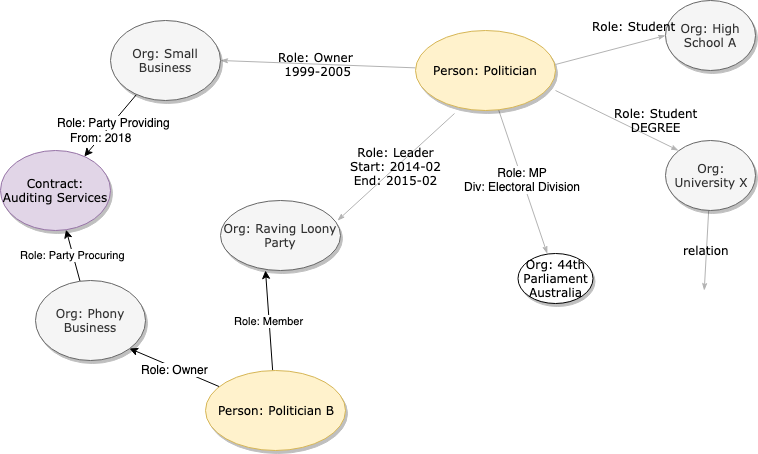
Before: docs/PollyNetwork.png, a diagram exported from draw.io (game-of-mates/game-of-mates). Source tidied: cells renumbered, new cells last; positions are measured from the earlier drawing's top-left corner, leaving out a move shared by most shapes.
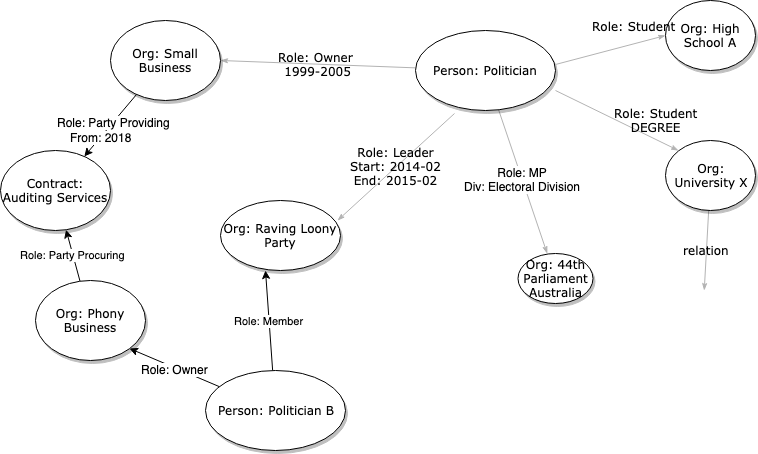
Above is the later version.

Commit message:
Updated build instructions so Swagger 3.0 + Lombok now works

Diff of the diagram source:
```diff
@@ -14,7 +14,7 @@
     <mxCell id="5" value="Role: Owner&amp;nbsp;&lt;br&gt;1999-2005&lt;br&gt;" style="edgeStyle=none;rounded=1;html=1;labelBackgroundColor=none;startArrow=none;startFill=0;startSize=5;endArrow=classicThin;endFill=1;endSize=5;jettySize=auto;strokeColor=#B3B3B3;strokeWidth=1;fontFamily=Verdana;fontSize=12;fontColor=#000000;entryX=1;entryY=0.5;entryDx=0;entryDy=0;" parent="1" edge="1" source="6" target="14">
       <mxGeometry relative="1" as="geometry" />
     </mxCell>
-    <mxCell id="6" value="Person: Politician&lt;br&gt;" style="ellipse;whiteSpace=wrap;html=1;rounded=0;shadow=1;comic=0;labelBackgroundColor=none;strokeColor=#d6b656;strokeWidth=1;fillColor=#fff2cc;fontFamily=Verdana;fontSize=12;align=center;" parent="1" vertex="1">
+    <mxCell id="6" value="Person: Politician&lt;br&gt;" style="ellipse;whiteSpace=wrap;html=1;rounded=0;shadow=1;comic=0;labelBackgroundColor=none;strokeColor=#000000;strokeWidth=1;fillColor=#FFFFFF;fontFamily=Verdana;fontSize=12;fontColor=#000000;align=center;" parent="1" vertex="1">
       <mxGeometry x="415" y="30" width="140" height="80" as="geometry" />
     </mxCell>
     <mxCell id="7" value="&lt;span&gt;Org: 44th Parliament&lt;br&gt;Australia&lt;br&gt;&lt;/span&gt;" style="ellipse;whiteSpace=wrap;html=1;rounded=0;shadow=1;comic=0;labelBackgroundColor=none;strokeColor=#000000;strokeWidth=1;fillColor=#FFFFFF;fontFamily=Verdana;fontSize=12;fontColor=#000000;align=center;" parent="1" vertex="1">
@@ -25,10 +25,10 @@
         <mxPoint x="703.7" y="290" as="targetPoint" />
       </mxGeometry>
     </mxCell>
-    <mxCell id="9" value="&lt;span&gt;Org:&lt;br&gt;University X&lt;br&gt;&lt;/span&gt;" style="ellipse;whiteSpace=wrap;html=1;rounded=0;shadow=1;comic=0;labelBackgroundColor=none;strokeColor=#666666;strokeWidth=1;fillColor=#f5f5f5;fontFamily=Verdana;fontSize=12;fontColor=#333333;align=center;" parent="1" vertex="1">
+    <mxCell id="9" value="&lt;span&gt;Org:&lt;br&gt;University X&lt;br&gt;&lt;/span&gt;" style="ellipse;whiteSpace=wrap;html=1;rounded=0;shadow=1;comic=0;labelBackgroundColor=none;strokeColor=#000000;strokeWidth=1;fillColor=#FFFFFF;fontFamily=Verdana;fontSize=12;fontColor=#000000;align=center;" parent="1" vertex="1">
       <mxGeometry x="665" y="140" width="90" height="70" as="geometry" />
     </mxCell>
-    <mxCell id="10" value="Org: Raving Loony Party" style="ellipse;whiteSpace=wrap;html=1;rounded=0;shadow=1;comic=0;labelBackgroundColor=none;strokeColor=#666666;strokeWidth=1;fillColor=#f5f5f5;fontFamily=Verdana;fontSize=12;fontColor=#333333;align=center;" parent="1" vertex="1">
+    <mxCell id="10" value="Org: Raving Loony Party" style="ellipse;whiteSpace=wrap;html=1;rounded=0;shadow=1;comic=0;labelBackgroundColor=none;strokeColor=#000000;strokeWidth=1;fillColor=#FFFFFF;fontFamily=Verdana;fontSize=12;fontColor=#000000;align=center;" parent="1" vertex="1">
       <mxGeometry x="220" y="200" width="120" height="70" as="geometry" />
     </mxCell>
     <mxCell id="11" style="edgeStyle=none;rounded=0;jettySize=auto;html=1;" parent="1" edge="1" source="14" target="18">
@@ -42,25 +42,25 @@
         <mxPoint x="-1" as="offset" />
       </mxGeometry>
     </mxCell>
-    <mxCell id="14" value="Org: Small Business&lt;br&gt;" style="ellipse;whiteSpace=wrap;html=1;rounded=0;shadow=1;comic=0;labelBackgroundColor=none;strokeColor=#666666;strokeWidth=1;fillColor=#f5f5f5;fontFamily=Verdana;fontSize=12;fontColor=#333333;align=center;" parent="1" vertex="1">
+    <mxCell id="14" value="Org: Small Business&lt;br&gt;" style="ellipse;whiteSpace=wrap;html=1;rounded=0;shadow=1;comic=0;labelBackgroundColor=none;strokeColor=#000000;strokeWidth=1;fillColor=#FFFFFF;fontFamily=Verdana;fontSize=12;fontColor=#000000;align=center;" parent="1" vertex="1">
       <mxGeometry x="110" y="20" width="110" height="80" as="geometry" />
     </mxCell>
     <mxCell id="15" value="Role: Student&lt;br&gt;DEGREE&lt;br&gt;" style="edgeStyle=none;rounded=1;html=1;labelBackgroundColor=none;startArrow=none;startFill=0;startSize=5;endArrow=classicThin;endFill=1;endSize=5;jettySize=auto;strokeColor=#B3B3B3;strokeWidth=1;fontFamily=Verdana;fontSize=12;fontColor=#000000;exitX=1;exitY=0.75;exitDx=0;exitDy=0;exitPerimeter=0;entryX=0;entryY=0;entryDx=0;entryDy=0;" parent="1" edge="1" source="6" target="9">
       <mxGeometry x="0.51" y="17" relative="1" as="geometry" />
     </mxCell>
-    <mxCell id="16" value="&lt;span&gt;Org: High School A&lt;/span&gt;" style="ellipse;whiteSpace=wrap;html=1;rounded=0;shadow=1;comic=0;labelBackgroundColor=none;strokeColor=#666666;strokeWidth=1;fillColor=#f5f5f5;fontFamily=Verdana;fontSize=12;fontColor=#333333;align=center;" parent="1" vertex="1">
+    <mxCell id="16" value="&lt;span&gt;Org: High School A&lt;/span&gt;" style="ellipse;whiteSpace=wrap;html=1;rounded=0;shadow=1;comic=0;labelBackgroundColor=none;strokeColor=#000000;strokeWidth=1;fillColor=#FFFFFF;fontFamily=Verdana;fontSize=12;fontColor=#000000;align=center;" parent="1" vertex="1">
       <mxGeometry x="665" width="90" height="70" as="geometry" />
     </mxCell>
     <mxCell id="17" value="Role: Student" style="edgeStyle=none;rounded=1;html=1;labelBackgroundColor=none;startArrow=none;startFill=0;startSize=5;endArrow=classicThin;endFill=1;endSize=5;jettySize=auto;strokeColor=#B3B3B3;strokeWidth=1;fontFamily=Verdana;fontSize=12;fontColor=#000000;exitX=1;exitY=0.425;exitDx=0;exitDy=0;exitPerimeter=0;entryX=0;entryY=0.5;entryDx=0;entryDy=0;" parent="1" edge="1" source="6" target="16">
       <mxGeometry x="0.51" y="17" relative="1" as="geometry" />
     </mxCell>
-    <mxCell id="18" value="Contract: Auditing Services&lt;br&gt;" style="ellipse;whiteSpace=wrap;html=1;rounded=0;shadow=1;comic=0;labelBackgroundColor=none;strokeColor=#9673a6;strokeWidth=1;fillColor=#e1d5e7;fontFamily=Verdana;fontSize=12;align=center;" parent="1" vertex="1">
+    <mxCell id="18" value="Contract: Auditing Services&lt;br&gt;" style="ellipse;whiteSpace=wrap;html=1;rounded=0;shadow=1;comic=0;labelBackgroundColor=none;strokeColor=#000000;strokeWidth=1;fillColor=#FFFFFF;fontFamily=Verdana;fontSize=12;fontColor=#000000;align=center;" parent="1" vertex="1">
       <mxGeometry y="150" width="110" height="80" as="geometry" />
     </mxCell>
     <mxCell id="19" value="Role: Party Procuring" style="edgeStyle=none;rounded=0;jettySize=auto;html=1;" parent="1" edge="1" source="20" target="18">
       <mxGeometry relative="1" as="geometry" />
     </mxCell>
-    <mxCell id="20" value="Org: Phony Business&lt;br&gt;" style="ellipse;whiteSpace=wrap;html=1;rounded=0;shadow=1;comic=0;labelBackgroundColor=none;strokeColor=#666666;strokeWidth=1;fillColor=#f5f5f5;fontFamily=Verdana;fontSize=12;fontColor=#333333;align=center;" parent="1" vertex="1">
+    <mxCell id="20" value="Org: Phony Business&lt;br&gt;" style="ellipse;whiteSpace=wrap;html=1;rounded=0;shadow=1;comic=0;labelBackgroundColor=none;strokeColor=#000000;strokeWidth=1;fillColor=#FFFFFF;fontFamily=Verdana;fontSize=12;fontColor=#000000;align=center;" parent="1" vertex="1">
       <mxGeometry x="35" y="280" width="110" height="80" as="geometry" />
     </mxCell>
     <mxCell id="21" style="edgeStyle=none;rounded=0;jettySize=auto;html=1;entryX=1;entryY=1;entryDx=0;entryDy=0;" parent="1" edge="1" source="24" target="20">
@@ -72,7 +72,7 @@
     <mxCell id="23" value="Role: Member" style="edgeStyle=none;rounded=0;jettySize=auto;html=1;entryX=0.375;entryY=1;entryDx=0;entryDy=0;entryPerimeter=0;" parent="1" edge="1" source="24" target="10">
       <mxGeometry relative="1" as="geometry" />
     </mxCell>
-    <mxCell id="24" value="Person: Politician B&lt;br&gt;" style="ellipse;whiteSpace=wrap;html=1;rounded=0;shadow=1;comic=0;labelBackgroundColor=none;strokeColor=#d6b656;strokeWidth=1;fillColor=#fff2cc;fontFamily=Verdana;fontSize=12;align=center;" parent="1" vertex="1">
+    <mxCell id="24" value="Person: Politician B&lt;br&gt;" style="ellipse;whiteSpace=wrap;html=1;rounded=0;shadow=1;comic=0;labelBackgroundColor=none;strokeColor=#000000;strokeWidth=1;fillColor=#FFFFFF;fontFamily=Verdana;fontSize=12;fontColor=#000000;align=center;" parent="1" vertex="1">
       <mxGeometry x="205" y="370" width="140" height="80" as="geometry" />
     </mxCell>
   </root>
```
